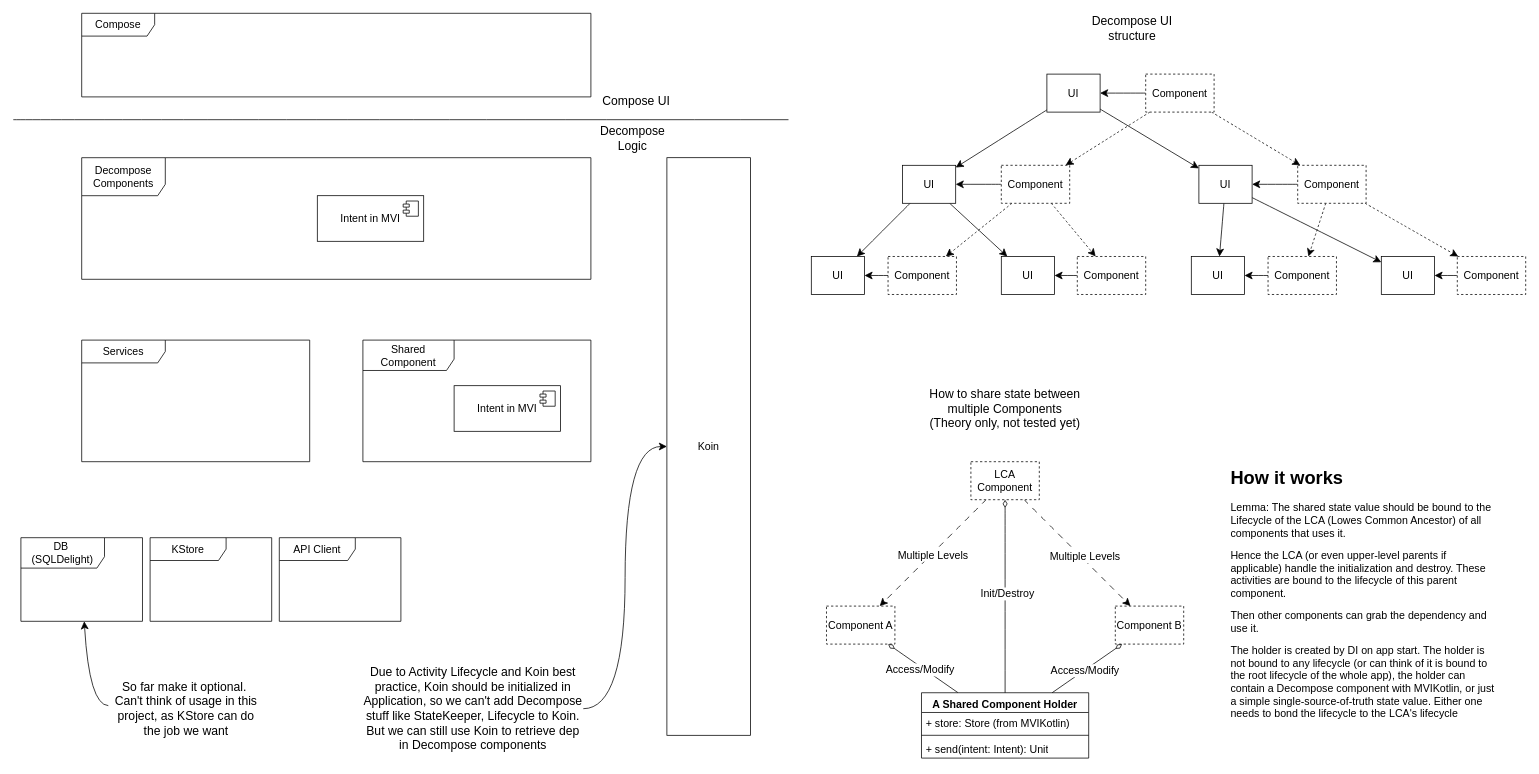
Before: page "Frontend Structure" (5 of 6) of doc/diagrams.drawio in CXwudi/realworld-compose-http4k-example-app, a draw.io diagram. Source tidied: cells renumbered, new cells numbered last; positions are measured from the earlier drawing's top-left corner, leaving out a move shared by most shapes. Both pictures are drawn from the tidied source at 76%, with x=0, y=0 at pixel (13, 13).
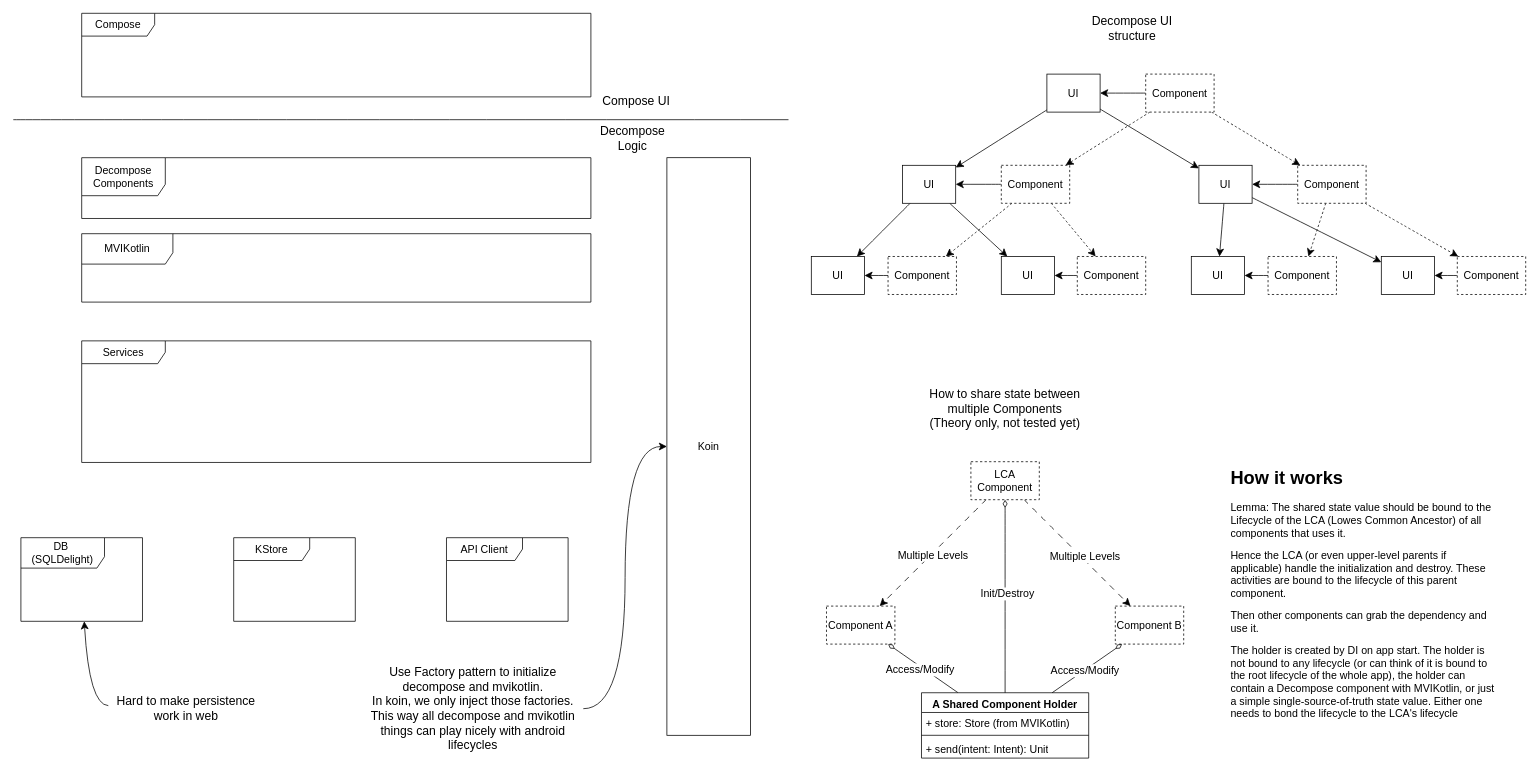
Above is the later version.

Commit message:
:art: Update diagrams and refine frontend structure

Improve landing page flow, clarify MVIKotlin usage, and adjust component layouts for better visualization of the app architecture

What changed in the source:
```diff
@@
     <mxCell id="7" value="&lt;font style=&quot;font-size: 14px;&quot;&gt;Decompose Components&lt;/font&gt;" style="shape=umlFrame;whiteSpace=wrap;html=1;fontSize=14;width=110;height=50;" parent="1" vertex="1">
-      <mxGeometry x="90" y="190" width="670" height="160" as="geometry" />
+      <mxGeometry x="90" y="190" width="670" height="80" as="geometry" />
     </mxCell>
     <mxCell id="8" value="&lt;font style=&quot;font-size: 14px;&quot;&gt;Services&lt;/font&gt;" style="shape=umlFrame;whiteSpace=wrap;html=1;fontSize=14;width=110;height=30;" parent="1" vertex="1">
-      <mxGeometry x="90" y="430" width="300" height="160" as="geometry" />
+      <mxGeometry x="90" y="431" width="670" height="160" as="geometry" />
     </mxCell>
@@
-    <mxCell id="10" value="&lt;font style=&quot;font-size: 14px;&quot;&gt;Shared Component&lt;/font&gt;" style="shape=umlFrame;whiteSpace=wrap;html=1;fontSize=14;width=120;height=40;" parent="1" vertex="1">
-      <mxGeometry x="460" y="430" width="300" height="160" as="geometry" />
+    <mxCell id="10" value="&lt;font style=&quot;font-size: 14px;&quot;&gt;MVIKotlin&lt;/font&gt;" style="shape=umlFrame;whiteSpace=wrap;html=1;fontSize=14;width=120;height=40;" parent="1" vertex="1">
+      <mxGeometry x="90" y="290" width="670" height="90" as="geometry" />
     </mxCell>
-    <mxCell id="11" value="&lt;pre&gt;&lt;font face=&quot;Helvetica&quot; style=&quot;font-size: 14px;&quot;&gt;Intent in MVI&lt;/font&gt;&lt;/pre&gt;" style="html=1;whiteSpace=wrap;" parent="1" vertex="1">
-      <mxGeometry x="400" y="240" width="140" height="60" as="geometry" />
-    </mxCell>
-    <mxCell id="12" style="shape=module;jettyWidth=8;jettyHeight=4;" parent="11" vertex="1">
-      <mxGeometry x="1" width="20" height="20" relative="1" as="geometry">
-        <mxPoint x="-27" y="7" as="offset" />
-      </mxGeometry>
-    </mxCell>
-    <mxCell id="13" value="&lt;pre&gt;&lt;font face=&quot;Helvetica&quot; style=&quot;font-size: 14px;&quot;&gt;Intent in MVI&lt;/font&gt;&lt;/pre&gt;" style="html=1;whiteSpace=wrap;" parent="1" vertex="1">
-      <mxGeometry x="580" y="490" width="140" height="60" as="geometry" />
-    </mxCell>
-    <mxCell id="14" style="shape=module;jettyWidth=8;jettyHeight=4;" parent="13" vertex="1">
-      <mxGeometry x="1" width="20" height="20" relative="1" as="geometry">
-        <mxPoint x="-27" y="7" as="offset" />
-      </mxGeometry>
-    </mxCell>
     <mxCell id="15" value="API Client" style="shape=umlFrame;whiteSpace=wrap;html=1;fontSize=14;width=100;height=30;" parent="1" vertex="1">
-      <mxGeometry x="350" y="690" width="160" height="110" as="geometry" />
+      <mxGeometry x="570" y="690" width="160" height="110" as="geometry" />
     </mxCell>
@@
-    <mxCell id="70" value="So far make it optional.&amp;nbsp;&lt;div&gt;Can't think of usage in this project, as KStore can do the job we want&lt;/div&gt;" style="text;html=1;align=center;verticalAlign=middle;whiteSpace=wrap;rounded=0;fontSize=16;" parent="1" vertex="1">
+    <mxCell id="70" value="Hard to make persistence&lt;div&gt;work in web&lt;/div&gt;" style="text;html=1;align=center;verticalAlign=middle;whiteSpace=wrap;rounded=0;fontSize=16;" parent="1" vertex="1">
       <mxGeometry x="125" y="860" width="205" height="110" as="geometry" />
     </mxCell>
     <mxCell id="71" value="KStore" style="shape=umlFrame;whiteSpace=wrap;html=1;fontSize=14;width=100;height=30;" parent="1" vertex="1">
-      <mxGeometry x="180" y="690" width="160" height="110" as="geometry" />
+      <mxGeometry x="290" y="690" width="160" height="110" as="geometry" />
     </mxCell>
@@
-    <mxCell id="73" value="Due to Activity Lifecycle and Koin best practice, Koin should be initialized in Application, so we can't add Decompose stuff like StateKeeper, Lifecycle to Koin. But we can still use Koin to retrieve dep in Decompose components" style="text;align=center;verticalAlign=middle;rounded=0;fontSize=16;rotation=0;fillColor=none;horizontal=1;textShadow=0;whiteSpace=wrap;html=1;" parent="1" vertex="1">
+    <mxCell id="73" value="Use Factory pattern to initialize decompose and mvikotlin.&lt;div&gt;In koin, we only inject those factories. This way all decompose and mvikotlin things can play nicely with android lifecycles&lt;/div&gt;" style="text;align=center;verticalAlign=middle;rounded=0;fontSize=16;rotation=0;fillColor=none;horizontal=1;textShadow=0;whiteSpace=wrap;html=1;" parent="1" vertex="1">
       <mxGeometry x="460" y="860" width="290" height="110" as="geometry" />
     </mxCell>
```
